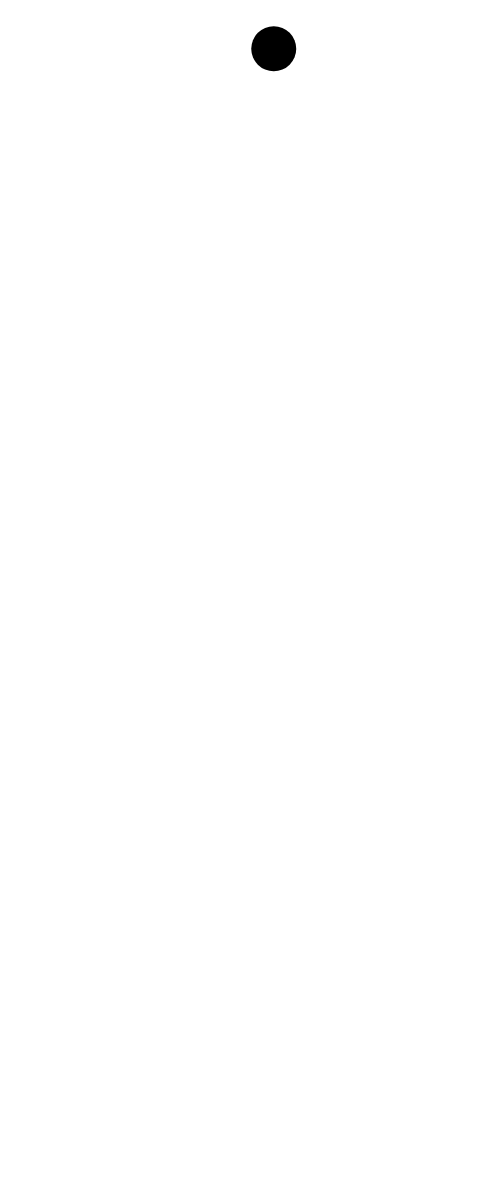
The draw.io diagram maquetter_une_application/UML_Partie_1/phase_4/diagramme_cycle_de_vie_d_un_document.drawio in Rustam0-0/cda, before the edit. Source tidied: cells renumbered, new cells numbered last; positions are measured from the earlier drawing's top-left corner, leaving out a move shared by most shapes. Both pictures are drawn from the tidied source at 150%, with x=0, y=0 at pixel (250, 26).
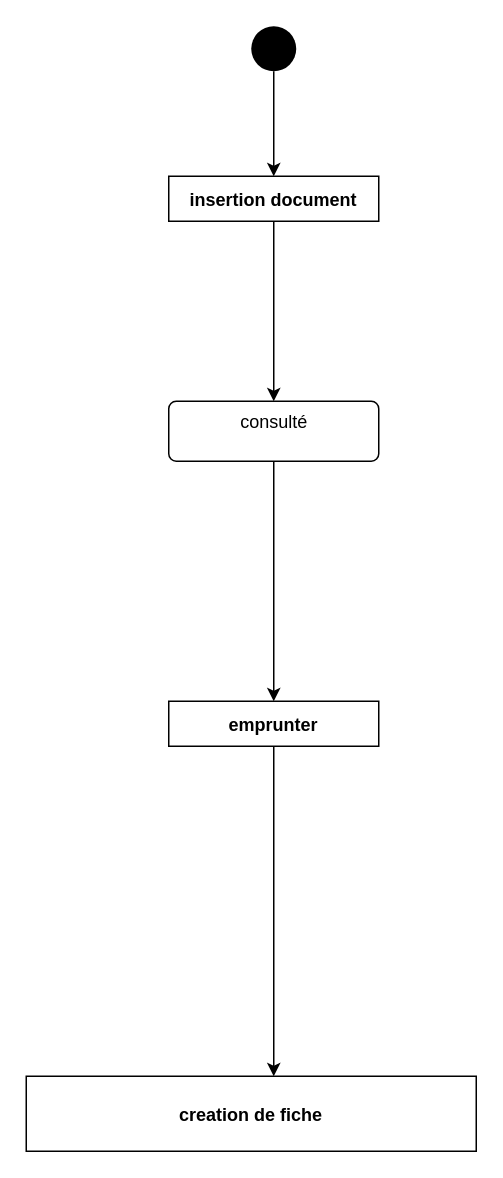
The same page after the edit.

Commit message (it also covers changes not shown here):
mise à jour exo

Diff of the diagram source:
```diff
@@
 <mxGraphModel>
   <root>
     <mxCell id="0" />
     <mxCell id="1" parent="0" />
+    <mxCell id="3" style="edgeStyle=orthogonalEdgeStyle;rounded=0;jettySize=auto;html=1;" parent="1" edge="1" source="2" target="5">
+      <mxGeometry relative="1" as="geometry" />
+    </mxCell>
     <mxCell id="2" style="ellipse;fillColor=#000000;strokeColor=none;" parent="1" vertex="1">
       <mxGeometry width="30" height="30" as="geometry" />
     </mxCell>
+    <mxCell id="4" style="edgeStyle=orthogonalEdgeStyle;rounded=0;jettySize=auto;html=1;entryX=0.5;entryY=0;entryDx=0;entryDy=0;" parent="1" edge="1" source="5" target="9">
+      <mxGeometry relative="1" as="geometry" />
+    </mxCell>
+    <mxCell id="5" value="insertion document" style="fontStyle=1;" parent="1" vertex="1">
+      <mxGeometry x="-55" y="100" width="140" height="30" as="geometry" />
+    </mxCell>
+    <mxCell id="6" style="edgeStyle=orthogonalEdgeStyle;rounded=0;jettySize=auto;html=1;" parent="1" edge="1" source="7">
+      <mxGeometry relative="1" as="geometry">
+        <mxPoint x="15" y="700" as="targetPoint" />
+      </mxGeometry>
+    </mxCell>
+    <mxCell id="7" value="emprunter" style="fontStyle=1;" parent="1" vertex="1">
+      <mxGeometry x="-55" y="450" width="140" height="30" as="geometry" />
+    </mxCell>
+    <mxCell id="8" style="edgeStyle=orthogonalEdgeStyle;rounded=0;jettySize=auto;html=1;" parent="1" edge="1" source="9" target="7">
+      <mxGeometry relative="1" as="geometry" />
+    </mxCell>
+    <mxCell id="9" value="consulté" style="html=1;align=center;verticalAlign=top;rounded=1;absoluteArcSize=1;arcSize=10;dashed=0;" parent="1" vertex="1">
+      <mxGeometry x="-55" y="250" width="140" height="40" as="geometry" />
+    </mxCell>
+    <mxCell id="10" value="creation de fiche" style="fontStyle=1;" parent="1" vertex="1">
+      <mxGeometry x="-150" y="700" width="300" height="50" as="geometry" />
+    </mxCell>
   </root>
 </mxGraphModel>
```
